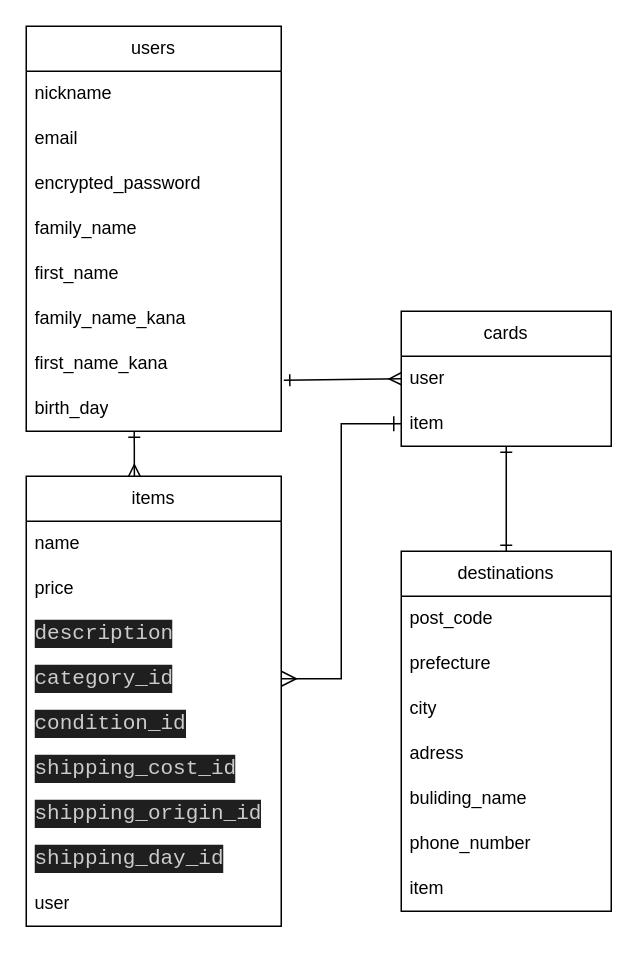
Above: furima-41539.dio in Takao-Koyanagi/furima-41539 (draw.io), before the change. Source tidied: cells renumbered, new cells numbered last; positions are measured from the earlier drawing's top-left corner, leaving out a move shared by most shapes. Both pictures are drawn from the tidied source at 150%, with x=0, y=0 at pixel (26, 26).
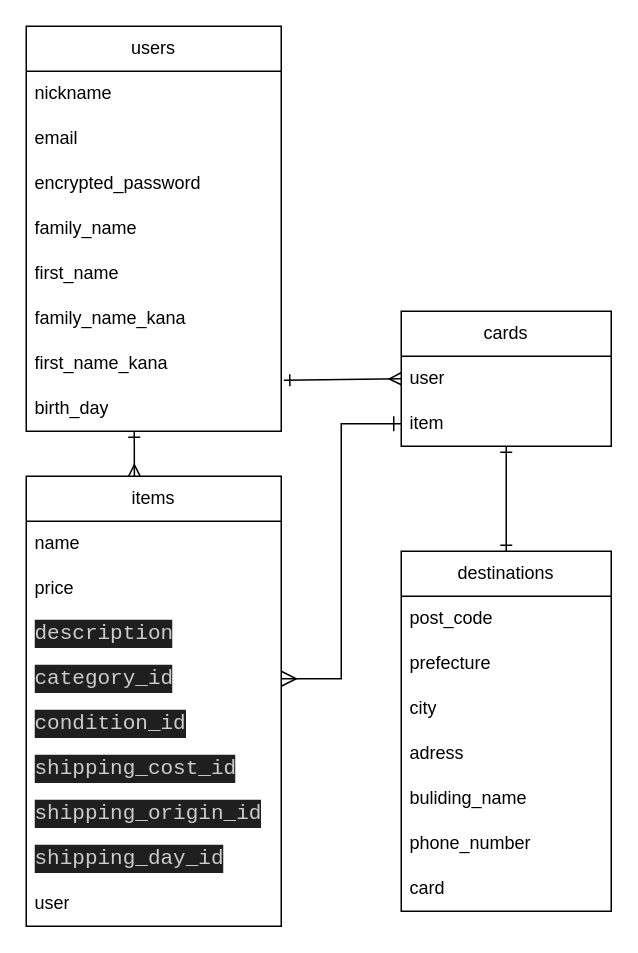
Above is the later version.

Commit message:
データーベース設計_修正8

Unchanged cells that the change refers to:
```xml
<mxCell id="15" value="destinations" style="swimlane;fontStyle=0;horizontal=1;startSize=30;whiteSpace=wrap;html=1;" parent="1" vertex="1">
  <mxGeometry x="250" y="350" width="140" height="240" as="geometry" />
</mxCell>
```

The edit, as a diff of the source:
```diff
@@
-    <mxCell id="22" value="item" style="text;strokeColor=none;fillColor=none;align=left;verticalAlign=middle;spacingLeft=4;spacingRight=4;overflow=hidden;whiteSpace=wrap;html=1;" parent="15" vertex="1">
+    <mxCell id="22" value="card" style="text;strokeColor=none;fillColor=none;align=left;verticalAlign=middle;spacingLeft=4;spacingRight=4;overflow=hidden;whiteSpace=wrap;html=1;" parent="15" vertex="1">
       <mxGeometry y="210" width="140" height="30" as="geometry" />
     </mxCell>
```
